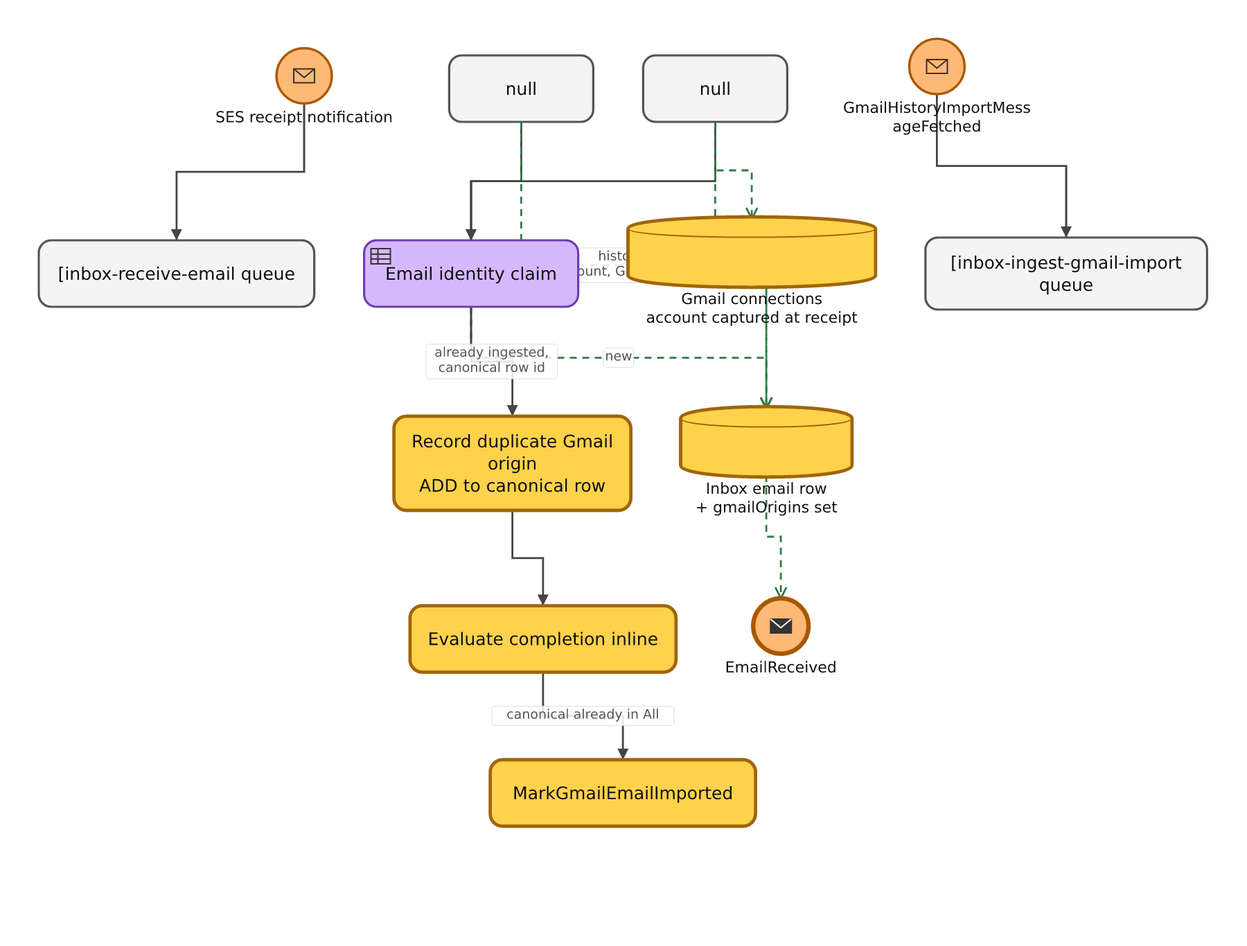
Above: .architecture/2026-10-27-b918eea/diagrams-bpmn/identity-capture.png in Readplace/readplace.com (BPMN), before the change. Its source is kept beside it as .architecture/2026-10-27-b918eea/diagrams-bpmn/identity-capture.bpmn. Ids are renumbered.
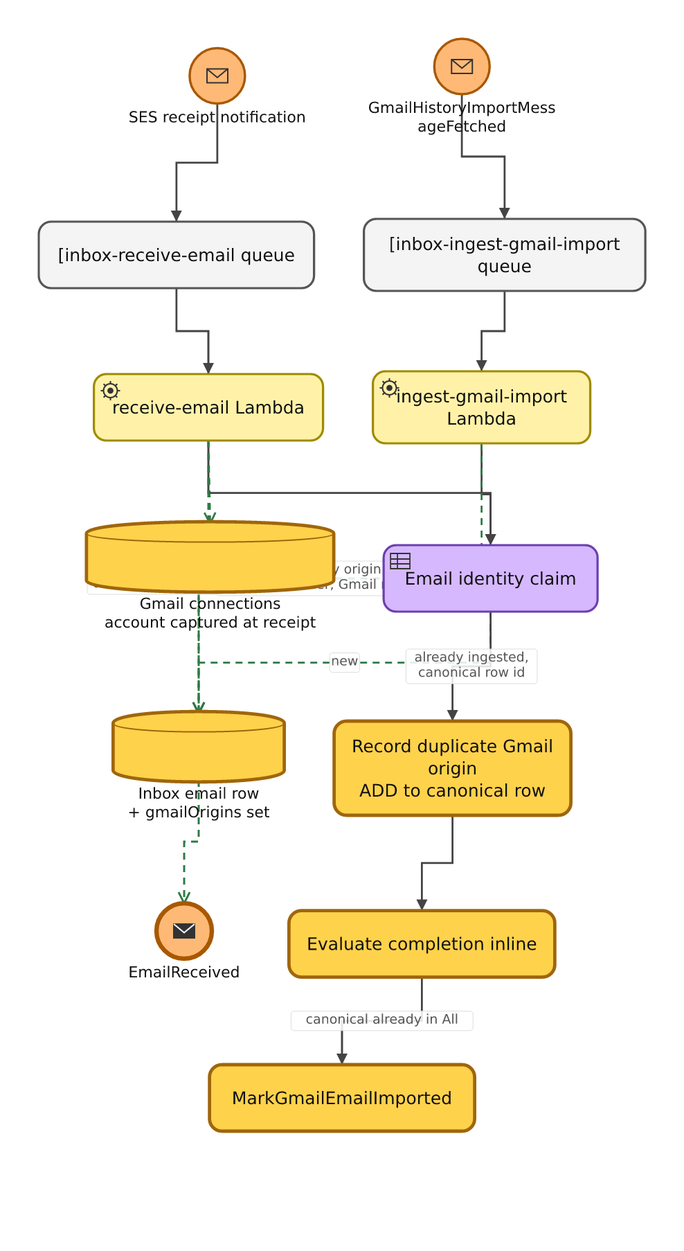
Above is the later version.

Change to the diagram source:
```diff
@@ -6,167 +6,183 @@
     </bpmn:startEvent>
     <bpmn:task id="n_RQ" name="[inbox-receive-email queue">
       <bpmn:incoming>f_0</bpmn:incoming>
+      <bpmn:outgoing>f_1</bpmn:outgoing>
     </bpmn:task>
+    <bpmn:serviceTask id="n_RX" name="receive-email Lambda">
+      <bpmn:incoming>f_1</bpmn:incoming>
+      <bpmn:outgoing>f_5</bpmn:outgoing>
+    </bpmn:serviceTask>
     <bpmn:startEvent id="n_FETCHED" name="GmailHistoryImportMessageFetched">
-      <bpmn:outgoing>f_1</bpmn:outgoing>
+      <bpmn:outgoing>f_2</bpmn:outgoing>
       <bpmn:messageEventDefinition />
     </bpmn:startEvent>
     <bpmn:task id="n_IQ" name="[inbox-ingest-gmail-import queue">
-      <bpmn:incoming>f_1</bpmn:incoming>
-    </bpmn:task>
-    <bpmn:task id="n_RX" name="">
+      <bpmn:incoming>f_2</bpmn:incoming>
       <bpmn:outgoing>f_3</bpmn:outgoing>
     </bpmn:task>
+    <bpmn:serviceTask id="n_IG" name="ingest-gmail-import Lambda">
+      <bpmn:incoming>f_3</bpmn:incoming>
+      <bpmn:outgoing>f_6</bpmn:outgoing>
+    </bpmn:serviceTask>
     <bpmn:dataStoreReference id="n_CONN" name="Gmail connections account captured at receipt"></bpmn:dataStoreReference>
     <bpmn:businessRuleTask id="n_ID" name="Email identity claim">
-      <bpmn:incoming>f_3</bpmn:incoming>
-      <bpmn:incoming>f_4</bpmn:incoming>
-      <bpmn:outgoing>f_6</bpmn:outgoing>
+      <bpmn:incoming>f_5</bpmn:incoming>
+      <bpmn:incoming>f_6</bpmn:incoming>
+      <bpmn:outgoing>f_8</bpmn:outgoing>
     </bpmn:businessRuleTask>
-    <bpmn:task id="n_IG" name="">
-      <bpmn:outgoing>f_4</bpmn:outgoing>
-    </bpmn:task>
     <bpmn:dataStoreReference id="n_ROW" name="Inbox email row + gmailOrigins set"></bpmn:dataStoreReference>
     <bpmn:task id="n_DUP" name="Record duplicate Gmail origin ADD to canonical row">
-      <bpmn:incoming>f_6</bpmn:incoming>
-      <bpmn:outgoing>f_7</bpmn:outgoing>
+      <bpmn:incoming>f_8</bpmn:incoming>
+      <bpmn:outgoing>f_9</bpmn:outgoing>
     </bpmn:task>
     <bpmn:task id="n_EVAL" name="Evaluate completion inline">
-      <bpmn:incoming>f_7</bpmn:incoming>
-      <bpmn:outgoing>f_8</bpmn:outgoing>
+      <bpmn:incoming>f_9</bpmn:incoming>
+      <bpmn:outgoing>f_10</bpmn:outgoing>
     </bpmn:task>
     <bpmn:task id="n_MARK" name="MarkGmailEmailImported">
-      <bpmn:incoming>f_8</bpmn:incoming>
+      <bpmn:incoming>f_10</bpmn:incoming>
     </bpmn:task>
     <bpmn:endEvent id="n_RECEIVED" name="EmailReceived">
 
       <bpmn:messageEventDefinition />
     </bpmn:endEvent>
     <bpmn:sequenceFlow id="f_0" name="" sourceRef="n_SES" targetRef="n_RQ" />
-    <bpmn:sequenceFlow id="f_1" name="" sourceRef="n_FETCHED" targetRef="n_IQ" />
-    <bpmn:sequenceFlow id="f_3" name="" sourceRef="n_RX" targetRef="n_ID" />
-    <bpmn:sequenceFlow id="f_4" name="" sourceRef="n_IG" targetRef="n_ID" />
-    <bpmn:sequenceFlow id="f_6" name="already ingested, canonical row id" sourceRef="n_ID" targetRef="n_DUP" />
-    <bpmn:sequenceFlow id="f_7" name="" sourceRef="n_DUP" targetRef="n_EVAL" />
-    <bpmn:sequenceFlow id="f_8" name="canonical already in All" sourceRef="n_EVAL" targetRef="n_MARK" />
-    <bpmn:association id="f_2" sourceRef="n_RX" targetRef="n_CONN" associationDirection="One" />
-    <bpmn:association id="f_5" sourceRef="n_ID" targetRef="n_ROW" associationDirection="One" />
-    <bpmn:association id="f_9" sourceRef="n_ROW" targetRef="n_RECEIVED" associationDirection="One" />
-    <bpmn:association id="f_10" sourceRef="n_RX" targetRef="n_ROW" associationDirection="One" />
-    <bpmn:association id="f_11" sourceRef="n_IG" targetRef="n_ROW" associationDirection="One" />
+    <bpmn:sequenceFlow id="f_1" name="" sourceRef="n_RQ" targetRef="n_RX" />
+    <bpmn:sequenceFlow id="f_2" name="" sourceRef="n_FETCHED" targetRef="n_IQ" />
+    <bpmn:sequenceFlow id="f_3" name="" sourceRef="n_IQ" targetRef="n_IG" />
+    <bpmn:sequenceFlow id="f_5" name="" sourceRef="n_RX" targetRef="n_ID" />
+    <bpmn:sequenceFlow id="f_6" name="" sourceRef="n_IG" targetRef="n_ID" />
+    <bpmn:sequenceFlow id="f_8" name="already ingested, canonical row id" sourceRef="n_ID" targetRef="n_DUP" />
+    <bpmn:sequenceFlow id="f_9" name="" sourceRef="n_DUP" targetRef="n_EVAL" />
+    <bpmn:sequenceFlow id="f_10" name="canonical already in All" sourceRef="n_EVAL" targetRef="n_MARK" />
+    <bpmn:association id="f_4" sourceRef="n_RX" targetRef="n_CONN" associationDirection="One" />
+    <bpmn:association id="f_7" sourceRef="n_ID" targetRef="n_ROW" associationDirection="One" />
+    <bpmn:association id="f_11" sourceRef="n_ROW" targetRef="n_RECEIVED" associationDirection="One" />
+    <bpmn:association id="f_12" sourceRef="n_RX" targetRef="n_ROW" associationDirection="One" />
+    <bpmn:association id="f_13" sourceRef="n_IG" targetRef="n_ROW" associationDirection="One" />
   </bpmn:process>
   <bpmndi:BPMNDiagram id="Diagram_identity_capture">
     <bpmndi:BPMNPlane id="Plane_identity_capture" bpmnElement="Process_identity_capture">
       <bpmndi:BPMNShape id="n_SES_di" bpmnElement="n_SES">
-        <dc:Bounds x="199.52" y="34.75" width="40" height="40" />
+        <dc:Bounds x="136.95" y="34.75" width="40" height="40" />
       </bpmndi:BPMNShape>
       <bpmndi:BPMNShape id="n_RQ_di" bpmnElement="n_RQ">
-        <dc:Bounds x="28" y="173.5" width="198.75" height="48" />
+        <dc:Bounds x="28" y="160" width="198.75" height="48" />
+      </bpmndi:BPMNShape>
+      <bpmndi:BPMNShape id="n_RX_di" bpmnElement="n_RX">
+        <dc:Bounds x="67.75" y="270" width="165.5" height="48" />
       </bpmndi:BPMNShape>
       <bpmndi:BPMNShape id="n_FETCHED_di" bpmnElement="n_FETCHED">
-        <dc:Bounds x="656.21" y="28" width="40" height="40" />
+        <dc:Bounds x="313.64" y="28" width="40" height="40" />
       </bpmndi:BPMNShape>
       <bpmndi:BPMNShape id="n_IQ_di" bpmnElement="n_IQ">
-        <dc:Bounds x="667.89" y="171.5" width="203.25" height="52" />
+        <dc:Bounds x="262.75" y="158" width="203.25" height="52" />
       </bpmndi:BPMNShape>
-      <bpmndi:BPMNShape id="n_RX_di" bpmnElement="n_RX">
-        <dc:Bounds x="464.16" y="40" width="104" height="48" />
+      <bpmndi:BPMNShape id="n_IG_di" bpmnElement="n_IG">
+        <dc:Bounds x="269.25" y="268" width="157" height="52" />
       </bpmndi:BPMNShape>
       <bpmndi:BPMNShape id="n_CONN_di" bpmnElement="n_CONN">
-        <dc:Bounds x="453.25" y="158" width="178.64" height="48" />
+        <dc:Bounds x="62.43" y="378" width="178.64" height="48" />
       </bpmndi:BPMNShape>
       <bpmndi:BPMNShape id="n_ID_di" bpmnElement="n_ID">
-        <dc:Bounds x="262.75" y="173.5" width="154.5" height="48" />
-      </bpmndi:BPMNShape>
-      <bpmndi:BPMNShape id="n_IG_di" bpmnElement="n_IG">
-        <dc:Bounds x="324.16" y="40" width="104" height="48" />
+        <dc:Bounds x="277.07" y="393.5" width="154.5" height="48" />
       </bpmndi:BPMNShape>
       <bpmndi:BPMNShape id="n_ROW_di" bpmnElement="n_ROW">
-        <dc:Bounds x="491.25" y="295" width="123.64" height="48" />
+        <dc:Bounds x="81.68" y="515" width="123.64" height="48" />
       </bpmndi:BPMNShape>
       <bpmndi:BPMNShape id="n_DUP_di" bpmnElement="n_DUP">
-        <dc:Bounds x="284.25" y="300.5" width="171" height="68" />
+        <dc:Bounds x="241.32" y="520.5" width="171" height="68" />
       </bpmndi:BPMNShape>
       <bpmndi:BPMNShape id="n_EVAL_di" bpmnElement="n_EVAL">
-        <dc:Bounds x="295.86" y="437.25" width="192" height="48" />
+        <dc:Bounds x="208.71" y="657.25" width="192" height="48" />
       </bpmndi:BPMNShape>
       <bpmndi:BPMNShape id="n_MARK_di" bpmnElement="n_MARK">
-        <dc:Bounds x="353.82" y="548.5" width="191.5" height="48" />
+        <dc:Bounds x="151.25" y="768.5" width="191.5" height="48" />
       </bpmndi:BPMNShape>
       <bpmndi:BPMNShape id="n_RECEIVED_di" bpmnElement="n_RECEIVED">
-        <dc:Bounds x="543.57" y="432" width="40" height="40" />
+        <dc:Bounds x="113" y="652" width="40" height="40" />
       </bpmndi:BPMNShape>
       <bpmndi:BPMNEdge id="f_0_di" bpmnElement="f_0">
-        <di:waypoint x="219.52" y="74.75" />
-        <di:waypoint x="219.52" y="124.13" />
-        <di:waypoint x="127.38" y="124.13" />
-        <di:waypoint x="127.38" y="173.5" />
+        <di:waypoint x="156.95" y="74.75" />
+        <di:waypoint x="156.95" y="117.38" />
+        <di:waypoint x="127.38" y="117.38" />
+        <di:waypoint x="127.38" y="160" />
       </bpmndi:BPMNEdge>
       <bpmndi:BPMNEdge id="f_1_di" bpmnElement="f_1">
-        <di:waypoint x="676.21" y="68" />
-        <di:waypoint x="676.21" y="119.75" />
-        <di:waypoint x="769.52" y="119.75" />
-        <di:waypoint x="769.52" y="171.5" />
+        <di:waypoint x="127.38" y="208" />
+        <di:waypoint x="127.38" y="239" />
+        <di:waypoint x="150.5" y="239" />
+        <di:waypoint x="150.5" y="270" />
+      </bpmndi:BPMNEdge>
+      <bpmndi:BPMNEdge id="f_2_di" bpmnElement="f_2">
+        <di:waypoint x="333.64" y="68" />
+        <di:waypoint x="333.64" y="113" />
+        <di:waypoint x="364.38" y="113" />
+        <di:waypoint x="364.38" y="158" />
       </bpmndi:BPMNEdge>
       <bpmndi:BPMNEdge id="f_3_di" bpmnElement="f_3">
-        <di:waypoint x="516.16" y="88" />
-        <di:waypoint x="516.16" y="130.75" />
-        <di:waypoint x="340" y="130.75" />
-        <di:waypoint x="340" y="173.5" />
+        <di:waypoint x="364.38" y="210" />
+        <di:waypoint x="364.38" y="239" />
+        <di:waypoint x="347.75" y="239" />
+        <di:waypoint x="347.75" y="268" />
+      </bpmndi:BPMNEdge>
+      <bpmndi:BPMNEdge id="f_5_di" bpmnElement="f_5">
+        <di:waypoint x="150.5" y="318" />
+        <di:waypoint x="150.5" y="355.75" />
+        <di:waypoint x="354.32" y="355.75" />
+        <di:waypoint x="354.32" y="393.5" />
+      </bpmndi:BPMNEdge>
+      <bpmndi:BPMNEdge id="f_6_di" bpmnElement="f_6">
+        <di:waypoint x="347.75" y="320" />
+        <di:waypoint x="347.75" y="356.75" />
+        <di:waypoint x="354.32" y="356.75" />
+        <di:waypoint x="354.32" y="393.5" />
+      </bpmndi:BPMNEdge>
+      <bpmndi:BPMNEdge id="f_8_di" bpmnElement="f_8">
+        <di:waypoint x="354.32" y="441.5" />
+        <di:waypoint x="354.32" y="481" />
+        <di:waypoint x="326.82" y="481" />
+        <di:waypoint x="326.82" y="520.5" />
+      </bpmndi:BPMNEdge>
+      <bpmndi:BPMNEdge id="f_9_di" bpmnElement="f_9">
+        <di:waypoint x="326.82" y="588.5" />
+        <di:waypoint x="326.82" y="622.88" />
+        <di:waypoint x="304.71" y="622.88" />
+        <di:waypoint x="304.71" y="657.25" />
+      </bpmndi:BPMNEdge>
+      <bpmndi:BPMNEdge id="f_10_di" bpmnElement="f_10">
+        <di:waypoint x="304.71" y="705.25" />
+        <di:waypoint x="304.71" y="736.88" />
+        <di:waypoint x="247" y="736.88" />
+        <di:waypoint x="247" y="768.5" />
       </bpmndi:BPMNEdge>
       <bpmndi:BPMNEdge id="f_4_di" bpmnElement="f_4">
-        <di:waypoint x="376.16" y="88" />
-        <di:waypoint x="376.16" y="130.75" />
-        <di:waypoint x="340" y="130.75" />
-        <di:waypoint x="340" y="173.5" />
-      </bpmndi:BPMNEdge>
-      <bpmndi:BPMNEdge id="f_6_di" bpmnElement="f_6">
-        <di:waypoint x="340" y="221.5" />
-        <di:waypoint x="340" y="261" />
-        <di:waypoint x="369.75" y="261" />
-        <di:waypoint x="369.75" y="300.5" />
+        <di:waypoint x="150.5" y="318" />
+        <di:waypoint x="151.75" y="378" />
       </bpmndi:BPMNEdge>
       <bpmndi:BPMNEdge id="f_7_di" bpmnElement="f_7">
-        <di:waypoint x="369.75" y="368.5" />
-        <di:waypoint x="369.75" y="402.88" />
-        <di:waypoint x="391.86" y="402.88" />
-        <di:waypoint x="391.86" y="437.25" />
-      </bpmndi:BPMNEdge>
-      <bpmndi:BPMNEdge id="f_8_di" bpmnElement="f_8">
-        <di:waypoint x="391.86" y="485.25" />
-        <di:waypoint x="391.86" y="516.88" />
-        <di:waypoint x="449.57" y="516.88" />
-        <di:waypoint x="449.57" y="548.5" />
-      </bpmndi:BPMNEdge>
-      <bpmndi:BPMNEdge id="f_2_di" bpmnElement="f_2">
-        <di:waypoint x="516.16" y="88" />
-        <di:waypoint x="516.16" y="123" />
-        <di:waypoint x="542.57" y="123" />
-        <di:waypoint x="542.57" y="158" />
-      </bpmndi:BPMNEdge>
-      <bpmndi:BPMNEdge id="f_5_di" bpmnElement="f_5">
-        <di:waypoint x="340" y="221.5" />
-        <di:waypoint x="340" y="258.25" />
-        <di:waypoint x="553.07" y="258.25" />
-        <di:waypoint x="553.07" y="295" />
-      </bpmndi:BPMNEdge>
-      <bpmndi:BPMNEdge id="f_9_di" bpmnElement="f_9">
-        <di:waypoint x="553.07" y="343" />
-        <di:waypoint x="553.07" y="387.5" />
-        <di:waypoint x="563.57" y="387.5" />
-        <di:waypoint x="563.57" y="432" />
-      </bpmndi:BPMNEdge>
-      <bpmndi:BPMNEdge id="f_10_di" bpmnElement="f_10">
-        <di:waypoint x="516.16" y="88" />
-        <di:waypoint x="516.16" y="191.5" />
-        <di:waypoint x="553.07" y="191.5" />
-        <di:waypoint x="553.07" y="295" />
+        <di:waypoint x="354.32" y="441.5" />
+        <di:waypoint x="354.32" y="478.25" />
+        <di:waypoint x="143.5" y="478.25" />
+        <di:waypoint x="143.5" y="515" />
       </bpmndi:BPMNEdge>
       <bpmndi:BPMNEdge id="f_11_di" bpmnElement="f_11">
-        <di:waypoint x="376.16" y="88" />
-        <di:waypoint x="376.16" y="191.5" />
-        <di:waypoint x="553.07" y="191.5" />
-        <di:waypoint x="553.07" y="295" />
+        <di:waypoint x="143.5" y="563" />
+        <di:waypoint x="143.5" y="607.5" />
+        <di:waypoint x="133" y="607.5" />
+        <di:waypoint x="133" y="652" />
+      </bpmndi:BPMNEdge>
+      <bpmndi:BPMNEdge id="f_12_di" bpmnElement="f_12">
+        <di:waypoint x="150.5" y="318" />
+        <di:waypoint x="150.5" y="416.5" />
+        <di:waypoint x="143.5" y="416.5" />
+        <di:waypoint x="143.5" y="515" />
+      </bpmndi:BPMNEdge>
+      <bpmndi:BPMNEdge id="f_13_di" bpmnElement="f_13">
+        <di:waypoint x="347.75" y="320" />
+        <di:waypoint x="347.75" y="417.5" />
+        <di:waypoint x="143.5" y="417.5" />
+        <di:waypoint x="143.5" y="515" />
       </bpmndi:BPMNEdge>
     </bpmndi:BPMNPlane>
   </bpmndi:BPMNDiagram>
```
